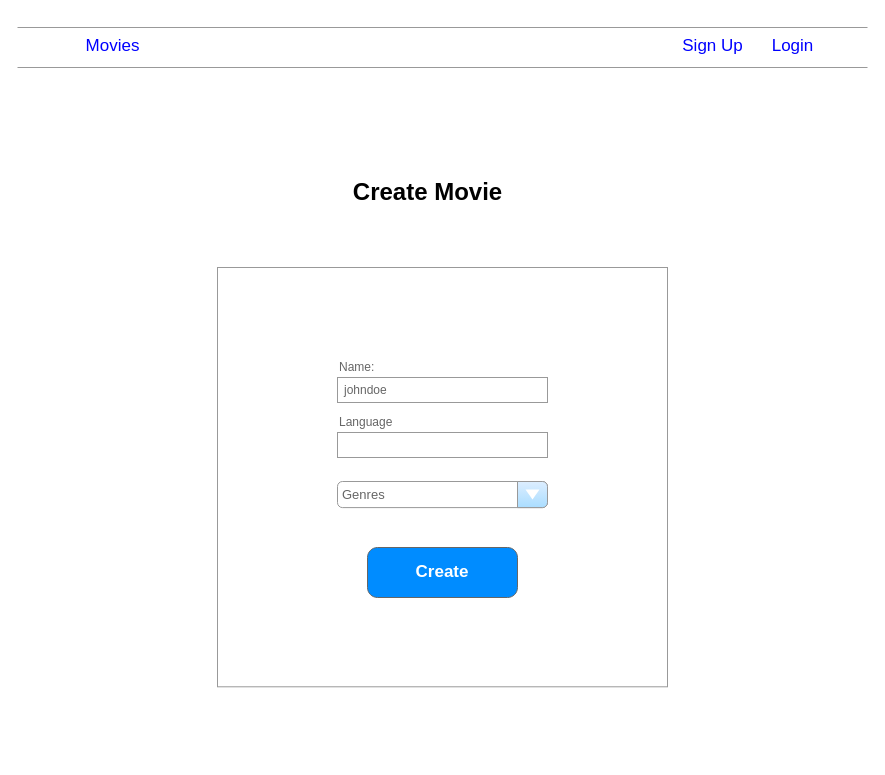
Earlier version of the draw.io diagram page "Create Movie" (4 of 8) of Docs/Wireframe.drawio (natank/diagrams). Source tidied: cells renumbered, new cells numbered last; positions are measured from the earlier drawing's top-left corner, leaving out a move shared by most shapes. Both pictures are drawn from the tidied source at 100%, with x=0, y=0 at pixel (17, 17).
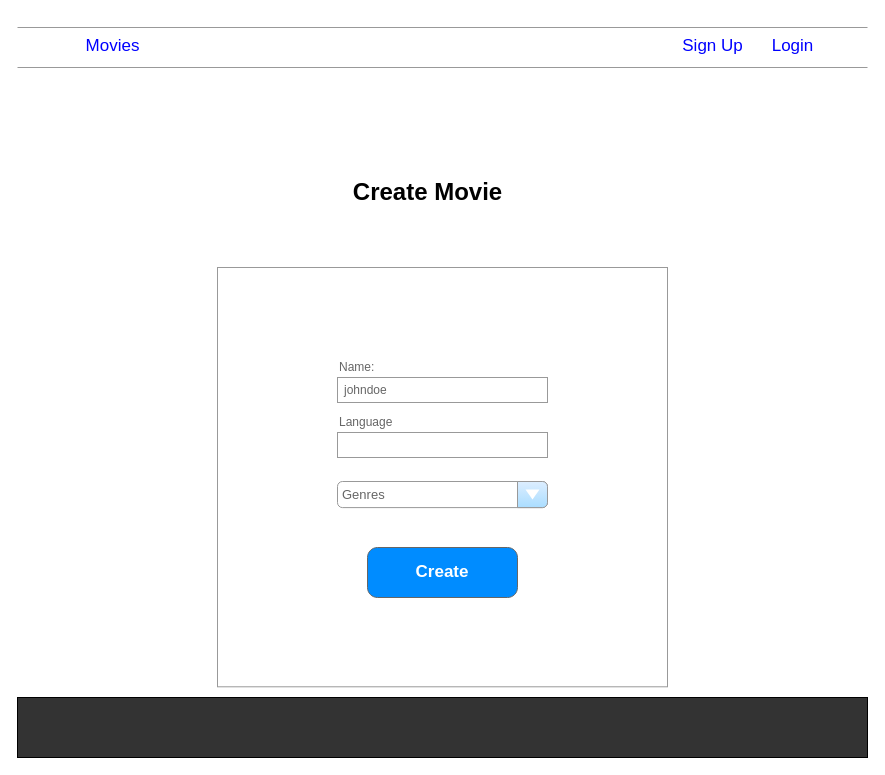
After the change.

What changed in the source:
```diff
@@
 <mxGraphModel>
   <root>
     <mxCell id="0" />
     <mxCell id="1" parent="0" />
     <mxCell id="2" style="verticalLabelPosition=bottom;shadow=0;dashed=0;align=center;html=1;verticalAlign=top;strokeWidth=1;shape=mxgraph.mockup.markup.line;strokeColor=#999999;" parent="1" vertex="1">
       <mxGeometry width="850" height="20" as="geometry" />
     </mxCell>
     <mxCell id="3" style="verticalLabelPosition=bottom;shadow=0;dashed=0;align=center;html=1;verticalAlign=top;strokeWidth=1;shape=mxgraph.mockup.markup.line;strokeColor=#999999;" parent="1" vertex="1">
       <mxGeometry y="40" width="850" height="20" as="geometry" />
     </mxCell>
     <mxCell id="4" value="Movies" style="shape=rectangle;strokeColor=none;fillColor=none;linkText=;fontSize=17;fontColor=#0000ff;fontStyle=0;html=1;align=center;" parent="1" vertex="1">
       <mxGeometry x="50" y="14" width="90" height="30" as="geometry" />
     </mxCell>
     <mxCell id="5" value="Login" style="shape=rectangle;strokeColor=none;fillColor=none;linkText=;fontSize=17;fontColor=#0000ff;fontStyle=0;html=1;align=center;" parent="1" vertex="1">
       <mxGeometry x="730" y="14" width="90" height="30" as="geometry" />
     </mxCell>
     <mxCell id="6" value="Sign Up" style="shape=rectangle;strokeColor=none;fillColor=none;linkText=;fontSize=17;fontColor=#0000ff;fontStyle=0;html=1;align=center;" parent="1" vertex="1">
       <mxGeometry x="650" y="14" width="90" height="30" as="geometry" />
     </mxCell>
     <mxCell id="7" style="strokeWidth=1;shadow=0;dashed=0;align=center;html=1;shape=mxgraph.mockup.forms.rrect;rSize=0;strokeColor=#999999;fillColor=#ffffff;fontSize=39;" parent="1" vertex="1">
       <mxGeometry x="200" y="250" width="450" height="419.3" as="geometry" />
     </mxCell>
     <mxCell id="8" value="Name:" style="strokeWidth=1;shadow=0;dashed=0;align=center;html=1;shape=mxgraph.mockup.forms.anchor;fontSize=12;fontColor=#666666;align=left;spacingLeft=0;" parent="7" vertex="1">
       <mxGeometry width="225" height="20" relative="1" as="geometry">
         <mxPoint x="120" y="90" as="offset" />
       </mxGeometry>
     </mxCell>
     <mxCell id="9" value="johndoe" style="strokeWidth=1;shadow=0;dashed=0;align=center;html=1;shape=mxgraph.mockup.forms.rrect;rSize=0;strokeColor=#999999;fontColor=#666666;align=left;spacingLeft=5;" parent="7" vertex="1">
       <mxGeometry width="210" height="25" relative="1" as="geometry">
         <mxPoint x="120" y="110" as="offset" />
       </mxGeometry>
     </mxCell>
     <mxCell id="10" value="Language" style="strokeWidth=1;shadow=0;dashed=0;align=center;html=1;shape=mxgraph.mockup.forms.anchor;fontSize=12;fontColor=#666666;align=left;spacingLeft=0;" parent="7" vertex="1">
       <mxGeometry width="225" height="20" relative="1" as="geometry">
         <mxPoint x="120" y="145" as="offset" />
       </mxGeometry>
     </mxCell>
     <mxCell id="11" style="strokeWidth=1;shadow=0;dashed=0;align=center;html=1;shape=mxgraph.mockup.forms.rrect;rSize=0;strokeColor=#999999;fontColor=#666666;align=left;spacingLeft=5;" parent="7" vertex="1">
       <mxGeometry width="210" height="25" relative="1" as="geometry">
         <mxPoint x="120" y="165" as="offset" />
       </mxGeometry>
     </mxCell>
     <mxCell id="12" value="Genres" style="strokeWidth=1;shadow=0;dashed=0;align=center;html=1;shape=mxgraph.mockup.forms.comboBox;strokeColor=#999999;fillColor=#ddeeff;align=left;fillColor2=#aaddff;mainText=;fontColor=#666666;fontSize=13;spacingLeft=3;" parent="7" vertex="1">
       <mxGeometry x="120" y="214" width="210" height="26.1" as="geometry" />
     </mxCell>
     <mxCell id="13" value="Create" style="strokeWidth=1;shadow=0;dashed=0;align=center;html=1;shape=mxgraph.mockup.buttons.button;strokeColor=#666666;fontColor=#ffffff;mainText=;buttonStyle=round;fontSize=17;fontStyle=1;fillColor=#008cff;whiteSpace=wrap;" parent="7" vertex="1">
       <mxGeometry x="150" y="280" width="150" height="50" as="geometry" />
     </mxCell>
     <mxCell id="14" value="Create Movie" style="text;strokeColor=none;fillColor=none;html=1;fontSize=24;fontStyle=1;verticalAlign=middle;align=center;" parent="1" vertex="1">
       <mxGeometry x="360" y="140" width="100" height="70.7" as="geometry" />
     </mxCell>
+    <mxCell id="15" style="rounded=0;whiteSpace=wrap;html=1;sketch=0;align=left;labelBackgroundColor=#333333;fillColor=#333333;" parent="1" vertex="1">
+      <mxGeometry y="680" width="850" height="60" as="geometry" />
+    </mxCell>
   </root>
 </mxGraphModel>
```
